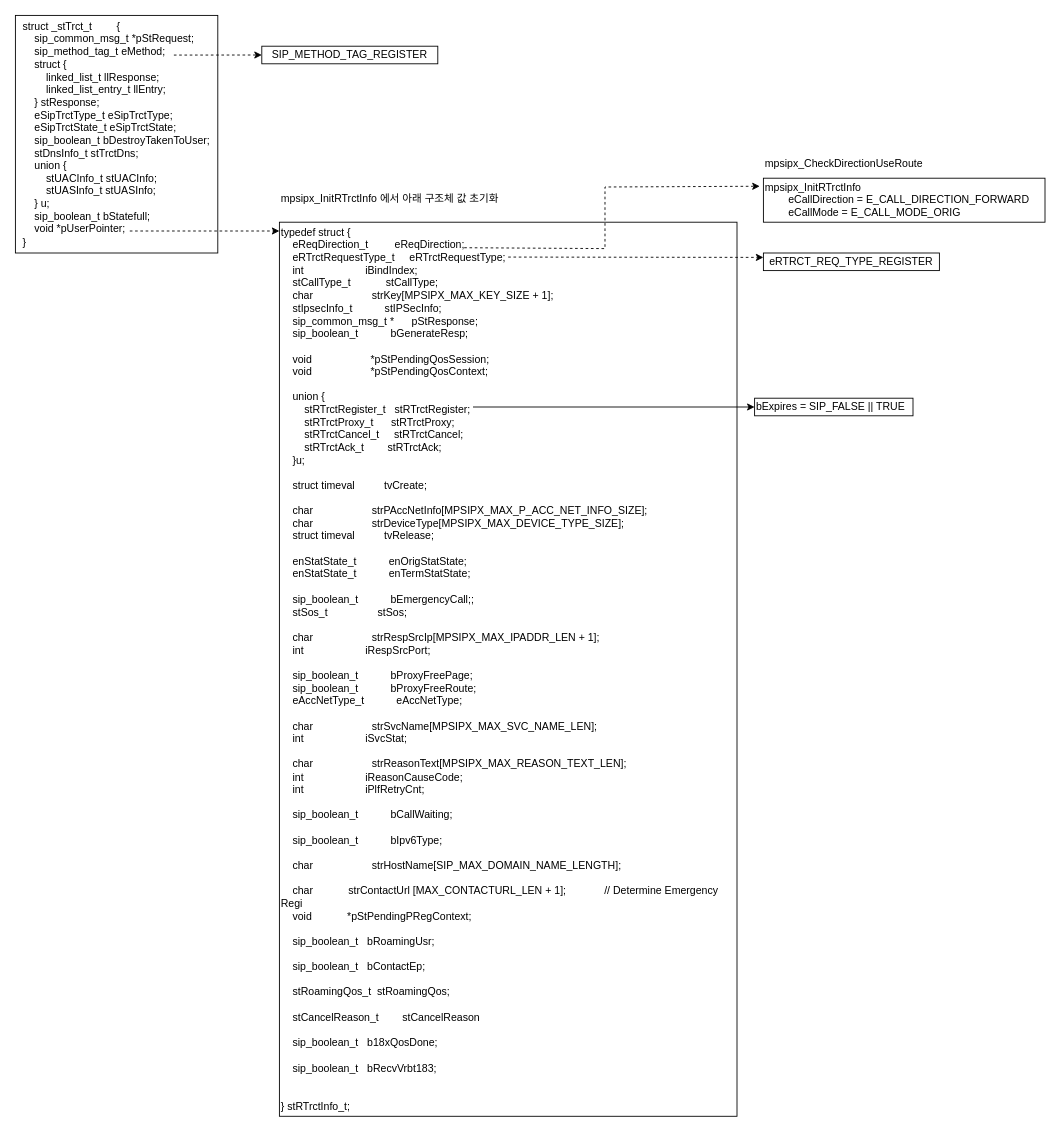
JaeHyeon774/NEWTIL keeps this draw.io diagram as 구조체 정리.drawio. Above is the earlier version. Source tidied: cells renumbered, new cells numbered last; positions are measured from the earlier drawing's top-left corner, leaving out a move shared by most shapes. Both pictures are drawn from the tidied source at 88%, with x=0, y=0 at pixel (15, 15).
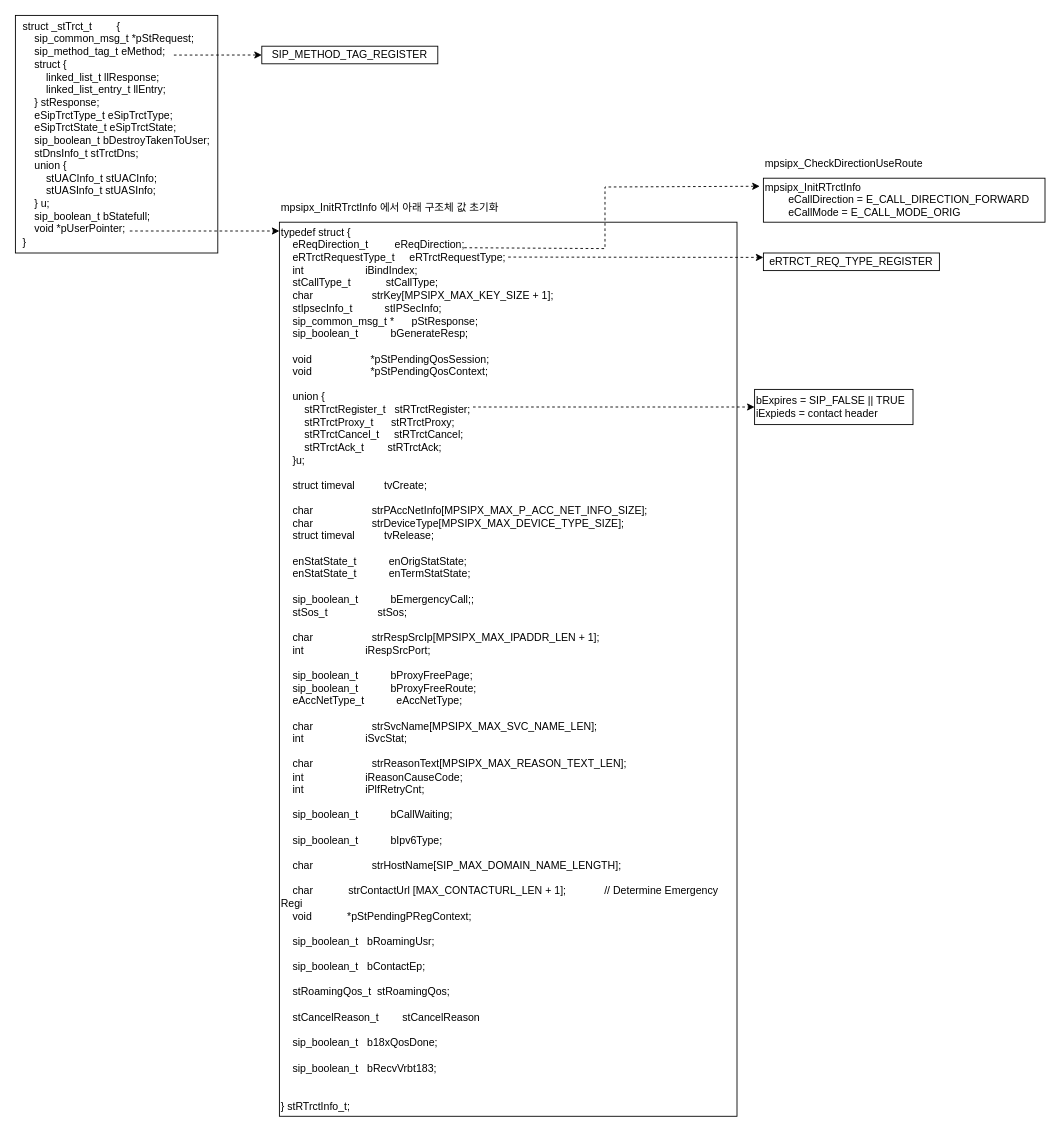
The same diagram, later.

Commit message:
구조체 정리.drawio 업데이트

Change to the diagram source:
```diff
@@
 <mxGraphModel>
   <root>
     <mxCell id="0" />
     <mxCell id="1" parent="0" />
     <mxCell id="2" value="&lt;div style=&quot;text-align: left;&quot;&gt;struct _stTrct_t&lt;span style=&quot;white-space: pre;&quot;&gt;&#9;&lt;/span&gt;{&lt;/div&gt;&lt;div style=&quot;text-align: left;&quot;&gt;&amp;nbsp; &amp;nbsp; sip_common_msg_t *pStRequest;&lt;/div&gt;&lt;div style=&quot;text-align: left;&quot;&gt;&amp;nbsp; &amp;nbsp; sip_method_tag_t eMethod;&lt;/div&gt;&lt;div style=&quot;text-align: left;&quot;&gt;&amp;nbsp; &amp;nbsp; struct {&lt;/div&gt;&lt;div style=&quot;text-align: left;&quot;&gt;&amp;nbsp; &amp;nbsp; &amp;nbsp; &amp;nbsp;&lt;span style=&quot;white-space: pre;&quot;&gt;&#9;&lt;/span&gt;linked_list_t llResponse;&lt;/div&gt;&lt;div style=&quot;text-align: left;&quot;&gt;&amp;nbsp; &amp;nbsp; &amp;nbsp; &amp;nbsp;&lt;span style=&quot;white-space: pre;&quot;&gt;&#9;&lt;/span&gt;linked_list_entry_t llEntry;&lt;/div&gt;&lt;div style=&quot;text-align: left;&quot;&gt;&amp;nbsp; &amp;nbsp; } stResponse;&lt;/div&gt;&lt;div style=&quot;text-align: left;&quot;&gt;&amp;nbsp; &amp;nbsp; eSipTrctType_t eSipTrctType;&lt;/div&gt;&lt;div style=&quot;text-align: left;&quot;&gt;&amp;nbsp; &amp;nbsp; eSipTrctState_t eSipTrctState;&lt;/div&gt;&lt;div style=&quot;text-align: left;&quot;&gt;&amp;nbsp; &amp;nbsp; sip_boolean_t bDestroyTakenToUser;&lt;/div&gt;&lt;div style=&quot;text-align: left;&quot;&gt;&amp;nbsp; &amp;nbsp; stDnsInfo_t stTrctDns;&lt;/div&gt;&lt;div style=&quot;text-align: left;&quot;&gt;&amp;nbsp; &amp;nbsp; union {&lt;/div&gt;&lt;div style=&quot;text-align: left;&quot;&gt;&amp;nbsp; &amp;nbsp; &amp;nbsp; &amp;nbsp;&lt;span style=&quot;white-space: pre;&quot;&gt;&#9;&lt;/span&gt;stUACInfo_t stUACInfo;&lt;/div&gt;&lt;div style=&quot;text-align: left;&quot;&gt;&amp;nbsp; &amp;nbsp; &amp;nbsp; &amp;nbsp;&lt;span style=&quot;white-space: pre;&quot;&gt;&#9;&lt;/span&gt;stUASInfo_t stUASInfo;&lt;/div&gt;&lt;div style=&quot;text-align: left;&quot;&gt;&amp;nbsp; &amp;nbsp; } u;&lt;/div&gt;&lt;div style=&quot;text-align: left;&quot;&gt;&amp;nbsp; &amp;nbsp; sip_boolean_t bStatefull;&lt;/div&gt;&lt;div style=&quot;text-align: left;&quot;&gt;&amp;nbsp; &amp;nbsp; void *pUserPointer;&lt;/div&gt;&lt;div style=&quot;text-align: left;&quot;&gt;}&lt;/div&gt;" style="rounded=0;whiteSpace=wrap;html=1;" parent="1" vertex="1">
       <mxGeometry width="230" height="270" as="geometry" />
     </mxCell>
     <mxCell id="3" value="&lt;span style=&quot;&quot;&gt;typedef struct {&lt;/span&gt;&lt;br style=&quot;padding: 0px; margin: 0px;&quot;&gt;&lt;span style=&quot;&quot;&gt;&amp;nbsp; &amp;nbsp; eReqDirection_t&amp;nbsp; &amp;nbsp; &amp;nbsp; &amp;nbsp; &amp;nbsp;eReqDirection;&lt;/span&gt;&lt;br style=&quot;padding: 0px; margin: 0px;&quot;&gt;&lt;span style=&quot;&quot;&gt;&amp;nbsp; &amp;nbsp; eRTrctRequestType_t&amp;nbsp; &amp;nbsp; &amp;nbsp;eRTrctRequestType;&lt;/span&gt;&lt;br style=&quot;padding: 0px; margin: 0px;&quot;&gt;&lt;span style=&quot;&quot;&gt;&amp;nbsp; &amp;nbsp; int&amp;nbsp; &amp;nbsp; &amp;nbsp; &amp;nbsp; &amp;nbsp; &amp;nbsp; &amp;nbsp; &amp;nbsp; &amp;nbsp; &amp;nbsp; &amp;nbsp;iBindIndex;&lt;/span&gt;&lt;br style=&quot;padding: 0px; margin: 0px;&quot;&gt;&lt;span style=&quot;&quot;&gt;&amp;nbsp; &amp;nbsp; stCallType_t&amp;nbsp; &amp;nbsp; &amp;nbsp; &amp;nbsp; &amp;nbsp; &amp;nbsp; stCallType;&lt;/span&gt;&lt;br style=&quot;padding: 0px; margin: 0px;&quot;&gt;&lt;span style=&quot;&quot;&gt;&amp;nbsp; &amp;nbsp; char&amp;nbsp; &amp;nbsp; &amp;nbsp; &amp;nbsp; &amp;nbsp; &amp;nbsp; &amp;nbsp; &amp;nbsp; &amp;nbsp; &amp;nbsp; strKey[MPSIPX_MAX_KEY_SIZE + 1];&lt;/span&gt;&lt;br style=&quot;padding: 0px; margin: 0px;&quot;&gt;&lt;span style=&quot;&quot;&gt;&amp;nbsp; &amp;nbsp; stIpsecInfo_t&amp;nbsp; &amp;nbsp; &amp;nbsp; &amp;nbsp; &amp;nbsp; &amp;nbsp;stIPSecInfo;&lt;/span&gt;&lt;br style=&quot;padding: 0px; margin: 0px;&quot;&gt;&lt;span style=&quot;&quot;&gt;&amp;nbsp; &amp;nbsp; sip_common_msg_t *&amp;nbsp; &amp;nbsp; &amp;nbsp; pStResponse;&lt;/span&gt;&lt;br style=&quot;padding: 0px; margin: 0px;&quot;&gt;&lt;span style=&quot;&quot;&gt;&amp;nbsp; &amp;nbsp; sip_boolean_t&amp;nbsp; &amp;nbsp; &amp;nbsp; &amp;nbsp; &amp;nbsp; &amp;nbsp;bGenerateResp;&lt;/span&gt;&lt;br style=&quot;padding: 0px; margin: 0px;&quot;&gt;&lt;br style=&quot;padding: 0px; margin: 0px;&quot;&gt;&lt;span style=&quot;&quot;&gt;&amp;nbsp; &amp;nbsp; void&amp;nbsp; &amp;nbsp; &amp;nbsp; &amp;nbsp; &amp;nbsp; &amp;nbsp; &amp;nbsp; &amp;nbsp; &amp;nbsp; &amp;nbsp; *pStPendingQosSession;&lt;/span&gt;&lt;br style=&quot;padding: 0px; margin: 0px;&quot;&gt;&lt;span style=&quot;&quot;&gt;&amp;nbsp; &amp;nbsp; void&amp;nbsp; &amp;nbsp; &amp;nbsp; &amp;nbsp; &amp;nbsp; &amp;nbsp; &amp;nbsp; &amp;nbsp; &amp;nbsp; &amp;nbsp; *pStPendingQosContext;&lt;/span&gt;&lt;br style=&quot;padding: 0px; margin: 0px;&quot;&gt;&lt;br style=&quot;padding: 0px; margin: 0px;&quot;&gt;&lt;span style=&quot;&quot;&gt;&amp;nbsp; &amp;nbsp; union {&lt;/span&gt;&lt;br style=&quot;padding: 0px; margin: 0px;&quot;&gt;&lt;span style=&quot;&quot;&gt;&amp;nbsp; &amp;nbsp; &amp;nbsp; &amp;nbsp; stRTrctRegister_t&amp;nbsp; &amp;nbsp;stRTrctRegister;&lt;/span&gt;&lt;br style=&quot;padding: 0px; margin: 0px;&quot;&gt;&lt;span style=&quot;&quot;&gt;&amp;nbsp; &amp;nbsp; &amp;nbsp; &amp;nbsp; stRTrctProxy_t&amp;nbsp; &amp;nbsp; &amp;nbsp; stRTrctProxy;&lt;/span&gt;&lt;br style=&quot;padding: 0px; margin: 0px;&quot;&gt;&lt;span style=&quot;&quot;&gt;&amp;nbsp; &amp;nbsp; &amp;nbsp; &amp;nbsp; stRTrctCancel_t&amp;nbsp; &amp;nbsp; &amp;nbsp;stRTrctCancel;&lt;/span&gt;&lt;br style=&quot;padding: 0px; margin: 0px;&quot;&gt;&lt;span style=&quot;&quot;&gt;&amp;nbsp; &amp;nbsp; &amp;nbsp; &amp;nbsp; stRTrctAck_t&amp;nbsp; &amp;nbsp; &amp;nbsp; &amp;nbsp; stRTrctAck;&lt;/span&gt;&lt;br style=&quot;padding: 0px; margin: 0px;&quot;&gt;&lt;span style=&quot;&quot;&gt;&amp;nbsp; &amp;nbsp; }u;&lt;/span&gt;&lt;br style=&quot;padding: 0px; margin: 0px;&quot;&gt;&lt;br style=&quot;padding: 0px; margin: 0px;&quot;&gt;&lt;span style=&quot;&quot;&gt;&amp;nbsp; &amp;nbsp; struct timeval&amp;nbsp; &amp;nbsp; &amp;nbsp; &amp;nbsp; &amp;nbsp; tvCreate;&lt;/span&gt;&lt;br style=&quot;padding: 0px; margin: 0px;&quot;&gt;&lt;br style=&quot;padding: 0px; margin: 0px;&quot;&gt;&lt;span style=&quot;&quot;&gt;&amp;nbsp; &amp;nbsp; char&amp;nbsp; &amp;nbsp; &amp;nbsp; &amp;nbsp; &amp;nbsp; &amp;nbsp; &amp;nbsp; &amp;nbsp; &amp;nbsp; &amp;nbsp; strPAccNetInfo[MPSIPX_MAX_P_ACC_NET_INFO_SIZE];&lt;/span&gt;&lt;br style=&quot;padding: 0px; margin: 0px;&quot;&gt;&lt;span style=&quot;&quot;&gt;&amp;nbsp; &amp;nbsp; char&amp;nbsp; &amp;nbsp; &amp;nbsp; &amp;nbsp; &amp;nbsp; &amp;nbsp; &amp;nbsp; &amp;nbsp; &amp;nbsp; &amp;nbsp; strDeviceType[MPSIPX_MAX_DEVICE_TYPE_SIZE];&lt;/span&gt;&lt;br style=&quot;padding: 0px; margin: 0px;&quot;&gt;&lt;span style=&quot;&quot;&gt;&amp;nbsp; &amp;nbsp; struct timeval&amp;nbsp; &amp;nbsp; &amp;nbsp; &amp;nbsp; &amp;nbsp; tvRelease;&lt;/span&gt;&lt;br style=&quot;padding: 0px; margin: 0px;&quot;&gt;&lt;br style=&quot;padding: 0px; margin: 0px;&quot;&gt;&lt;span style=&quot;&quot;&gt;&amp;nbsp; &amp;nbsp; enStatState_t&amp;nbsp; &amp;nbsp; &amp;nbsp; &amp;nbsp; &amp;nbsp; &amp;nbsp;enOrigStatState;&lt;/span&gt;&lt;br style=&quot;padding: 0px; margin: 0px;&quot;&gt;&lt;span style=&quot;&quot;&gt;&amp;nbsp; &amp;nbsp; enStatState_t&amp;nbsp; &amp;nbsp; &amp;nbsp; &amp;nbsp; &amp;nbsp; &amp;nbsp;enTermStatState;&lt;/span&gt;&lt;br style=&quot;padding: 0px; margin: 0px;&quot;&gt;&lt;br style=&quot;padding: 0px; margin: 0px;&quot;&gt;&lt;span style=&quot;&quot;&gt;&amp;nbsp; &amp;nbsp; sip_boolean_t&amp;nbsp; &amp;nbsp; &amp;nbsp; &amp;nbsp; &amp;nbsp; &amp;nbsp;bEmergencyCall;;&lt;/span&gt;&lt;br style=&quot;padding: 0px; margin: 0px;&quot;&gt;&lt;span style=&quot;&quot;&gt;&amp;nbsp; &amp;nbsp; stSos_t&amp;nbsp; &amp;nbsp; &amp;nbsp; &amp;nbsp; &amp;nbsp; &amp;nbsp; &amp;nbsp; &amp;nbsp; &amp;nbsp;stSos;&lt;/span&gt;&lt;br style=&quot;padding: 0px; margin: 0px;&quot;&gt;&lt;span style=&quot;&quot;&gt;&amp;nbsp; &amp;nbsp;&amp;nbsp;&lt;/span&gt;&lt;br style=&quot;padding: 0px; margin: 0px;&quot;&gt;&lt;span style=&quot;&quot;&gt;&amp;nbsp; &amp;nbsp; char&amp;nbsp; &amp;nbsp; &amp;nbsp; &amp;nbsp; &amp;nbsp; &amp;nbsp; &amp;nbsp; &amp;nbsp; &amp;nbsp; &amp;nbsp; strRespSrcIp[MPSIPX_MAX_IPADDR_LEN + 1];&lt;/span&gt;&lt;br style=&quot;padding: 0px; margin: 0px;&quot;&gt;&lt;span style=&quot;&quot;&gt;&amp;nbsp; &amp;nbsp; int&amp;nbsp; &amp;nbsp; &amp;nbsp; &amp;nbsp; &amp;nbsp; &amp;nbsp; &amp;nbsp; &amp;nbsp; &amp;nbsp; &amp;nbsp; &amp;nbsp;iRespSrcPort;&amp;nbsp; &amp;nbsp; &amp;nbsp;&lt;/span&gt;&lt;br style=&quot;padding: 0px; margin: 0px;&quot;&gt;&lt;br style=&quot;padding: 0px; margin: 0px;&quot;&gt;&lt;span style=&quot;&quot;&gt;&amp;nbsp; &amp;nbsp; sip_boolean_t&amp;nbsp; &amp;nbsp; &amp;nbsp; &amp;nbsp; &amp;nbsp; &amp;nbsp;bProxyFreePage;&lt;/span&gt;&lt;br style=&quot;padding: 0px; margin: 0px;&quot;&gt;&lt;span style=&quot;&quot;&gt;&amp;nbsp; &amp;nbsp; sip_boolean_t&amp;nbsp; &amp;nbsp; &amp;nbsp; &amp;nbsp; &amp;nbsp; &amp;nbsp;bProxyFreeRoute;&lt;/span&gt;&lt;br style=&quot;padding: 0px; margin: 0px;&quot;&gt;&lt;span style=&quot;&quot;&gt;&amp;nbsp; &amp;nbsp; eAccNetType_t&amp;nbsp; &amp;nbsp; &amp;nbsp; &amp;nbsp; &amp;nbsp; &amp;nbsp;eAccNetType;&lt;/span&gt;&lt;br style=&quot;padding: 0px; margin: 0px;&quot;&gt;&lt;br style=&quot;padding: 0px; margin: 0px;&quot;&gt;&lt;span style=&quot;&quot;&gt;&amp;nbsp; &amp;nbsp; char&amp;nbsp; &amp;nbsp; &amp;nbsp; &amp;nbsp; &amp;nbsp; &amp;nbsp; &amp;nbsp; &amp;nbsp; &amp;nbsp; &amp;nbsp; strSvcName[MPSIPX_MAX_SVC_NAME_LEN];&lt;/span&gt;&lt;br style=&quot;padding: 0px; margin: 0px;&quot;&gt;&lt;span style=&quot;&quot;&gt;&amp;nbsp; &amp;nbsp; int&amp;nbsp; &amp;nbsp; &amp;nbsp; &amp;nbsp; &amp;nbsp; &amp;nbsp; &amp;nbsp; &amp;nbsp; &amp;nbsp; &amp;nbsp; &amp;nbsp;iSvcStat;&lt;/span&gt;&lt;br style=&quot;padding: 0px; margin: 0px;&quot;&gt;&lt;br style=&quot;padding: 0px; margin: 0px;&quot;&gt;&lt;span style=&quot;&quot;&gt;&amp;nbsp; &amp;nbsp; char&amp;nbsp; &amp;nbsp; &amp;nbsp; &amp;nbsp; &amp;nbsp; &amp;nbsp; &amp;nbsp; &amp;nbsp; &amp;nbsp; &amp;nbsp; strReasonText[MPSIPX_MAX_REASON_TEXT_LEN];&lt;/span&gt;&lt;br style=&quot;padding: 0px; margin: 0px;&quot;&gt;&lt;span style=&quot;&quot;&gt;&amp;nbsp; &amp;nbsp; int&amp;nbsp; &amp;nbsp; &amp;nbsp; &amp;nbsp; &amp;nbsp; &amp;nbsp; &amp;nbsp; &amp;nbsp; &amp;nbsp; &amp;nbsp; &amp;nbsp;iReasonCauseCode;&lt;/span&gt;&lt;br style=&quot;padding: 0px; margin: 0px;&quot;&gt;&lt;span style=&quot;&quot;&gt;&amp;nbsp; &amp;nbsp; int&amp;nbsp; &amp;nbsp; &amp;nbsp; &amp;nbsp; &amp;nbsp; &amp;nbsp; &amp;nbsp; &amp;nbsp; &amp;nbsp; &amp;nbsp; &amp;nbsp;iPlfRetryCnt;&lt;/span&gt;&lt;br style=&quot;padding: 0px; margin: 0px;&quot;&gt;&lt;br style=&quot;padding: 0px; margin: 0px;&quot;&gt;&lt;span style=&quot;&quot;&gt;&amp;nbsp; &amp;nbsp; sip_boolean_t&amp;nbsp; &amp;nbsp; &amp;nbsp; &amp;nbsp; &amp;nbsp; &amp;nbsp;bCallWaiting;&lt;/span&gt;&lt;br style=&quot;padding: 0px; margin: 0px;&quot;&gt;&lt;br style=&quot;padding: 0px; margin: 0px;&quot;&gt;&lt;span style=&quot;&quot;&gt;&amp;nbsp; &amp;nbsp; sip_boolean_t&amp;nbsp; &amp;nbsp; &amp;nbsp; &amp;nbsp; &amp;nbsp; &amp;nbsp;bIpv6Type;&lt;/span&gt;&lt;br style=&quot;padding: 0px; margin: 0px;&quot;&gt;&lt;br style=&quot;padding: 0px; margin: 0px;&quot;&gt;&lt;span style=&quot;&quot;&gt;&amp;nbsp; &amp;nbsp; char&amp;nbsp; &amp;nbsp; &amp;nbsp; &amp;nbsp; &amp;nbsp; &amp;nbsp; &amp;nbsp; &amp;nbsp; &amp;nbsp; &amp;nbsp; strHostName[SIP_MAX_DOMAIN_NAME_LENGTH];&lt;/span&gt;&lt;br style=&quot;padding: 0px; margin: 0px;&quot;&gt;&lt;br style=&quot;padding: 0px; margin: 0px;&quot;&gt;&lt;span style=&quot;&quot;&gt;&amp;nbsp; &amp;nbsp; char&amp;nbsp; &amp;nbsp; &amp;nbsp; &amp;nbsp; &amp;nbsp; &amp;nbsp; strContactUrl [MAX_CONTACTURL_LEN + 1];&amp;nbsp; &amp;nbsp; &amp;nbsp; &amp;nbsp; &amp;nbsp; &amp;nbsp; &amp;nbsp;// Determine Emergency Regi&amp;nbsp;&lt;/span&gt;&lt;br style=&quot;padding: 0px; margin: 0px;&quot;&gt;&lt;span style=&quot;&quot;&gt;&amp;nbsp; &amp;nbsp; void&amp;nbsp; &amp;nbsp; &amp;nbsp; &amp;nbsp; &amp;nbsp; &amp;nbsp; *pStPendingPRegContext;&lt;/span&gt;&lt;br style=&quot;padding: 0px; margin: 0px;&quot;&gt;&lt;br style=&quot;padding: 0px; margin: 0px;&quot;&gt;&lt;span style=&quot;&quot;&gt;&amp;nbsp; &amp;nbsp; sip_boolean_t&amp;nbsp; &amp;nbsp;bRoamingUsr;&lt;/span&gt;&lt;br style=&quot;padding: 0px; margin: 0px;&quot;&gt;&lt;br style=&quot;padding: 0px; margin: 0px;&quot;&gt;&lt;span style=&quot;&quot;&gt;&amp;nbsp; &amp;nbsp; sip_boolean_t&amp;nbsp; &amp;nbsp;bContactEp;&lt;/span&gt;&lt;br style=&quot;padding: 0px; margin: 0px;&quot;&gt;&lt;br style=&quot;padding: 0px; margin: 0px;&quot;&gt;&lt;span style=&quot;&quot;&gt;&amp;nbsp; &amp;nbsp; stRoamingQos_t&amp;nbsp; stRoamingQos;&lt;/span&gt;&lt;br style=&quot;padding: 0px; margin: 0px;&quot;&gt;&lt;br style=&quot;padding: 0px; margin: 0px;&quot;&gt;&lt;span style=&quot;&quot;&gt;&amp;nbsp; &amp;nbsp; stCancelReason_t&amp;nbsp; &amp;nbsp; &amp;nbsp; &amp;nbsp; stCancelReason&lt;/span&gt;&lt;br style=&quot;padding: 0px; margin: 0px;&quot;&gt;&lt;br style=&quot;padding: 0px; margin: 0px;&quot;&gt;&lt;span style=&quot;&quot;&gt;&amp;nbsp; &amp;nbsp; sip_boolean_t&amp;nbsp; &amp;nbsp;b18xQosDone;&lt;/span&gt;&lt;br style=&quot;padding: 0px; margin: 0px;&quot;&gt;&lt;br style=&quot;padding: 0px; margin: 0px;&quot;&gt;&lt;span style=&quot;&quot;&gt;&amp;nbsp; &amp;nbsp; sip_boolean_t&amp;nbsp; &amp;nbsp;bRecvVrbt183;&lt;/span&gt;&lt;br style=&quot;padding: 0px; margin: 0px;&quot;&gt;&lt;br style=&quot;padding: 0px; margin: 0px;&quot;&gt;&lt;br style=&quot;padding: 0px; margin: 0px;&quot;&gt;&lt;span style=&quot;&quot;&gt;} stRTrctInfo_t;&lt;/span&gt;" style="rounded=0;whiteSpace=wrap;html=1;align=left;" parent="1" vertex="1">
       <mxGeometry x="300" y="235" width="520" height="1016" as="geometry" />
     </mxCell>
     <mxCell id="4" style="endArrow=classic;html=1;rounded=0;dashed=1;" parent="1" edge="1">
       <mxGeometry relative="1" as="geometry">
         <mxPoint x="130" y="245" as="sourcePoint" />
         <mxPoint x="300" y="245" as="targetPoint" />
       </mxGeometry>
     </mxCell>
     <mxCell id="5" value="mpsipx_InitRTrctInfo 에서 아래 구조체 값 초기화" style="text;whiteSpace=wrap;" parent="1" vertex="1">
-      <mxGeometry x="300" y="195" width="280" height="30" as="geometry" />
+      <mxGeometry x="300" y="205" width="280" height="30" as="geometry" />
     </mxCell>
     <mxCell id="6" value="mpsipx_InitRTrctInfo&lt;div&gt;&lt;span style=&quot;white-space: pre;&quot;&gt;&#9;&lt;/span&gt;&lt;span style=&quot;background-color: initial;&quot;&gt;eCallDirection =&amp;nbsp;&lt;/span&gt;&lt;span style=&quot;background-color: initial;&quot;&gt;E_CALL_DIRECTION_FORWARD&lt;/span&gt;&lt;br&gt;&lt;/div&gt;&lt;div&gt;&lt;span style=&quot;background-color: initial;&quot;&gt;&lt;span style=&quot;white-space: pre;&quot;&gt;&#9;&lt;/span&gt;&lt;/span&gt;&lt;span style=&quot;background-color: initial;&quot;&gt;eCallMode =&amp;nbsp;&lt;/span&gt;&lt;span style=&quot;background-color: initial;&quot;&gt;E_CALL_MODE_ORIG&lt;/span&gt;&lt;/div&gt;" style="rounded=0;whiteSpace=wrap;html=1;align=left;" parent="1" vertex="1">
       <mxGeometry x="850" y="185" width="320" height="50" as="geometry" />
     </mxCell>
     <mxCell id="7" style="endArrow=classic;html=1;rounded=0;entryX=-0.013;entryY=0.183;entryDx=0;entryDy=0;entryPerimeter=0;dashed=1;" parent="1" edge="1" target="6">
       <mxGeometry relative="1" as="geometry">
         <mxPoint x="510" y="264" as="sourcePoint" />
         <Array as="points">
           <mxPoint x="670" y="265" />
           <mxPoint x="670" y="195" />
         </Array>
       </mxGeometry>
     </mxCell>
     <mxCell id="8" value="mpsipx_CheckDirectionUseRoute" style="text;whiteSpace=wrap;" parent="1" vertex="1">
-      <mxGeometry x="850" y="155" width="210" height="20" as="geometry" />
+      <mxGeometry x="850" y="155" width="210" height="30" as="geometry" />
     </mxCell>
     <mxCell id="9" style="endArrow=classic;html=1;rounded=0;exitX=0.783;exitY=0.167;exitDx=0;exitDy=0;exitPerimeter=0;dashed=1;" parent="1" edge="1" source="2">
       <mxGeometry relative="1" as="geometry">
         <mxPoint x="280" y="45" as="targetPoint" />
       </mxGeometry>
     </mxCell>
     <mxCell id="10" value="SIP_METHOD_TAG_REGISTER" style="rounded=0;whiteSpace=wrap;html=1;" parent="1" vertex="1">
       <mxGeometry x="280" y="35" width="200" height="20" as="geometry" />
     </mxCell>
     <mxCell id="11" value="eRTRCT_REQ_TYPE_REGISTER" style="rounded=0;whiteSpace=wrap;html=1;" parent="1" vertex="1">
       <mxGeometry x="850" y="270" width="200" height="20" as="geometry" />
     </mxCell>
     <mxCell id="12" style="endArrow=classic;html=1;rounded=0;exitX=0.5;exitY=0.039;exitDx=0;exitDy=0;exitPerimeter=0;entryX=0;entryY=0.25;entryDx=0;entryDy=0;dashed=1;" parent="1" edge="1" source="3" target="11">
       <mxGeometry relative="1" as="geometry" />
     </mxCell>
-    <mxCell id="13" style="endArrow=classic;html=1;rounded=0;" parent="1" edge="1" target="14">
+    <mxCell id="13" style="endArrow=classic;html=1;rounded=0;dashed=1;" parent="1" edge="1" target="14">
       <mxGeometry relative="1" as="geometry">
         <mxPoint x="520" y="445" as="sourcePoint" />
       </mxGeometry>
     </mxCell>
-    <mxCell id="14" value="bExpires = SIP_FALSE || TRUE" style="rounded=0;whiteSpace=wrap;html=1;align=left;" parent="1" vertex="1">
-      <mxGeometry x="840" y="435" width="180" height="20" as="geometry" />
+    <mxCell id="14" value="bExpires = SIP_FALSE || TRUE&lt;div&gt;iExpieds = contact header&amp;nbsp;&lt;/div&gt;" style="rounded=0;whiteSpace=wrap;html=1;align=left;" parent="1" vertex="1">
+      <mxGeometry x="840" y="425" width="180" height="40" as="geometry" />
     </mxCell>
   </root>
 </mxGraphModel>
```
